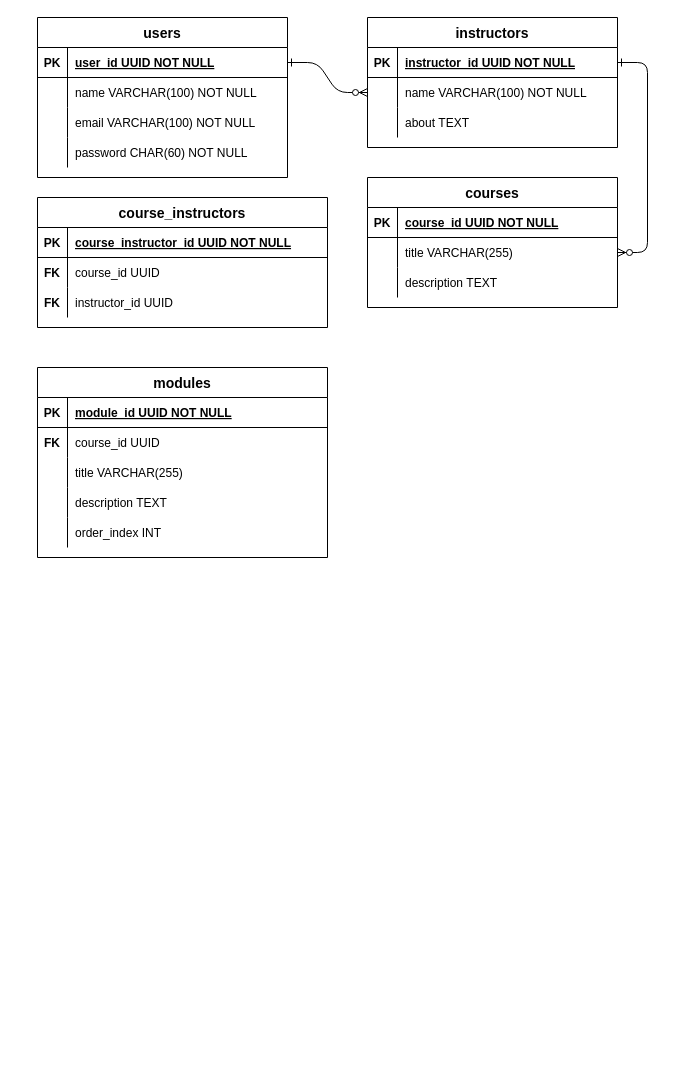
Before: schema for Udemy.drawio in geeky-sanjay/class-diagrams, a draw.io diagram. Source tidied: cells renumbered, new cells numbered last; positions are measured from the earlier drawing's top-left corner, leaving out a move shared by most shapes. Both pictures are drawn from the tidied source at 100%, with x=0, y=0 at pixel (37, 17).
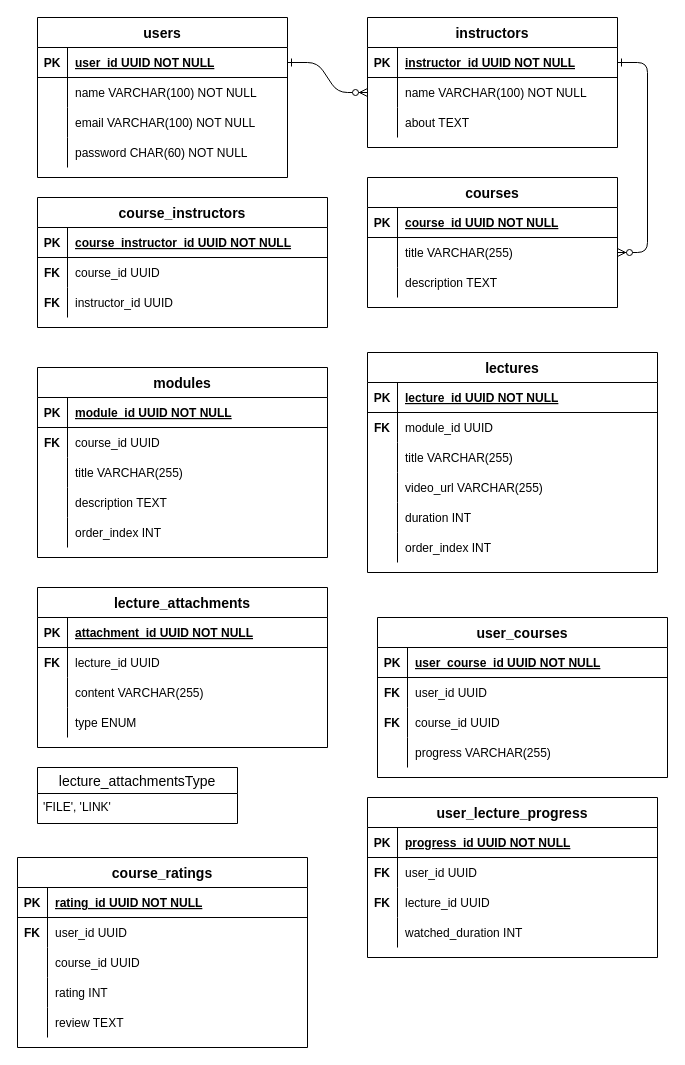
Above is the later version.

Diff of the diagram source:
```diff
@@
+    <mxCell id="63" value="lectures" style="shape=table;startSize=30;childLayout=tableLayout;rowLines=0;fontStyle=1;align=center;fontSize=14;" parent="1" vertex="1">
+      <mxGeometry x="330" y="335" width="290" height="220" as="geometry" />
+    </mxCell>
+    <mxCell id="64" style="shape=partialRectangle;fillColor=none;top=0;left=0;right=0;bottom=1;" parent="63" vertex="1">
+      <mxGeometry y="30" width="290" height="30" as="geometry" />
+    </mxCell>
+    <mxCell id="65" value="PK" style="shape=partialRectangle;overflow=hidden;fillColor=none;top=0;left=0;bottom=0;right=0;fontStyle=1;" parent="64" vertex="1">
+      <mxGeometry width="30" height="30" as="geometry" />
+    </mxCell>
+    <mxCell id="66" value="lecture_id UUID NOT NULL " style="shape=partialRectangle;overflow=hidden;fillColor=none;top=0;left=0;bottom=0;right=0;align=left;spacingLeft=6;fontStyle=5;" parent="64" vertex="1">
+      <mxGeometry x="30" width="260" height="30" as="geometry" />
+    </mxCell>
+    <mxCell id="67" style="shape=partialRectangle;fillColor=none;top=0;left=0;right=0;bottom=0;" parent="63" vertex="1">
+      <mxGeometry y="60" width="290" height="30" as="geometry" />
+    </mxCell>
+    <mxCell id="68" value="FK" style="shape=partialRectangle;overflow=hidden;fillColor=none;top=0;left=0;bottom=0;right=0;fontStyle=1;" parent="67" vertex="1">
+      <mxGeometry width="30" height="30" as="geometry" />
+    </mxCell>
+    <mxCell id="69" value="module_id UUID" style="shape=partialRectangle;overflow=hidden;fillColor=none;top=0;left=0;bottom=0;right=0;align=left;spacingLeft=6;" parent="67" vertex="1">
+      <mxGeometry x="30" width="260" height="30" as="geometry" />
+    </mxCell>
+    <mxCell id="70" style="shape=partialRectangle;fillColor=none;top=0;left=0;right=0;bottom=0;" parent="63" vertex="1">
+      <mxGeometry y="90" width="290" height="30" as="geometry" />
+    </mxCell>
+    <mxCell id="71" style="shape=partialRectangle;overflow=hidden;fillColor=none;top=0;left=0;bottom=0;right=0;fontStyle=1;" parent="70" vertex="1">
+      <mxGeometry width="30" height="30" as="geometry" />
+    </mxCell>
+    <mxCell id="72" value="title VARCHAR(255)" style="shape=partialRectangle;overflow=hidden;fillColor=none;top=0;left=0;bottom=0;right=0;align=left;spacingLeft=6;" parent="70" vertex="1">
+      <mxGeometry x="30" width="260" height="30" as="geometry" />
+    </mxCell>
+    <mxCell id="73" style="shape=partialRectangle;fillColor=none;top=0;left=0;right=0;bottom=0;" parent="63" vertex="1">
+      <mxGeometry y="120" width="290" height="30" as="geometry" />
+    </mxCell>
+    <mxCell id="74" style="shape=partialRectangle;overflow=hidden;fillColor=none;top=0;left=0;bottom=0;right=0;fontStyle=1;" parent="73" vertex="1">
+      <mxGeometry width="30" height="30" as="geometry" />
+    </mxCell>
+    <mxCell id="75" value="video_url VARCHAR(255)" style="shape=partialRectangle;overflow=hidden;fillColor=none;top=0;left=0;bottom=0;right=0;align=left;spacingLeft=6;" parent="73" vertex="1">
+      <mxGeometry x="30" width="260" height="30" as="geometry" />
+    </mxCell>
+    <mxCell id="76" style="shape=partialRectangle;fillColor=none;top=0;left=0;right=0;bottom=0;" parent="63" vertex="1">
+      <mxGeometry y="150" width="290" height="30" as="geometry" />
+    </mxCell>
+    <mxCell id="77" style="shape=partialRectangle;overflow=hidden;fillColor=none;top=0;left=0;bottom=0;right=0;fontStyle=1;" parent="76" vertex="1">
+      <mxGeometry width="30" height="30" as="geometry" />
+    </mxCell>
+    <mxCell id="78" value="duration INT" style="shape=partialRectangle;overflow=hidden;fillColor=none;top=0;left=0;bottom=0;right=0;align=left;spacingLeft=6;" parent="76" vertex="1">
+      <mxGeometry x="30" width="260" height="30" as="geometry" />
+    </mxCell>
+    <mxCell id="79" style="shape=partialRectangle;fillColor=none;top=0;left=0;right=0;bottom=0;" parent="63" vertex="1">
+      <mxGeometry y="180" width="290" height="30" as="geometry" />
+    </mxCell>
+    <mxCell id="80" style="shape=partialRectangle;overflow=hidden;fillColor=none;top=0;left=0;bottom=0;right=0;fontStyle=1;" parent="79" vertex="1">
+      <mxGeometry width="30" height="30" as="geometry" />
+    </mxCell>
+    <mxCell id="81" value="order_index INT" style="shape=partialRectangle;overflow=hidden;fillColor=none;top=0;left=0;bottom=0;right=0;align=left;spacingLeft=6;" parent="79" vertex="1">
+      <mxGeometry x="30" width="260" height="30" as="geometry" />
+    </mxCell>
+    <mxCell id="82" value="lecture_attachments" style="shape=table;startSize=30;childLayout=tableLayout;rowLines=0;fontStyle=1;align=center;fontSize=14;" parent="1" vertex="1">
+      <mxGeometry y="570" width="290" height="160" as="geometry" />
+    </mxCell>
+    <mxCell id="83" style="shape=partialRectangle;fillColor=none;top=0;left=0;right=0;bottom=1;" parent="82" vertex="1">
+      <mxGeometry y="30" width="290" height="30" as="geometry" />
+    </mxCell>
+    <mxCell id="84" value="PK" style="shape=partialRectangle;overflow=hidden;fillColor=none;top=0;left=0;bottom=0;right=0;fontStyle=1;" parent="83" vertex="1">
+      <mxGeometry width="30" height="30" as="geometry" />
+    </mxCell>
+    <mxCell id="85" value="attachment_id UUID NOT NULL " style="shape=partialRectangle;overflow=hidden;fillColor=none;top=0;left=0;bottom=0;right=0;align=left;spacingLeft=6;fontStyle=5;" parent="83" vertex="1">
+      <mxGeometry x="30" width="260" height="30" as="geometry" />
+    </mxCell>
+    <mxCell id="86" style="shape=partialRectangle;fillColor=none;top=0;left=0;right=0;bottom=0;" parent="82" vertex="1">
+      <mxGeometry y="60" width="290" height="30" as="geometry" />
+    </mxCell>
+    <mxCell id="87" value="FK" style="shape=partialRectangle;overflow=hidden;fillColor=none;top=0;left=0;bottom=0;right=0;fontStyle=1;" parent="86" vertex="1">
+      <mxGeometry width="30" height="30" as="geometry" />
+    </mxCell>
+    <mxCell id="88" value="lecture_id UUID" style="shape=partialRectangle;overflow=hidden;fillColor=none;top=0;left=0;bottom=0;right=0;align=left;spacingLeft=6;" parent="86" vertex="1">
+      <mxGeometry x="30" width="260" height="30" as="geometry" />
+    </mxCell>
+    <mxCell id="89" style="shape=partialRectangle;fillColor=none;top=0;left=0;right=0;bottom=0;" parent="82" vertex="1">
+      <mxGeometry y="90" width="290" height="30" as="geometry" />
+    </mxCell>
+    <mxCell id="90" style="shape=partialRectangle;overflow=hidden;fillColor=none;top=0;left=0;bottom=0;right=0;fontStyle=1;" parent="89" vertex="1">
+      <mxGeometry width="30" height="30" as="geometry" />
+    </mxCell>
+    <mxCell id="91" value="content VARCHAR(255)" style="shape=partialRectangle;overflow=hidden;fillColor=none;top=0;left=0;bottom=0;right=0;align=left;spacingLeft=6;" parent="89" vertex="1">
+      <mxGeometry x="30" width="260" height="30" as="geometry" />
+    </mxCell>
+    <mxCell id="92" style="shape=partialRectangle;fillColor=none;top=0;left=0;right=0;bottom=0;" parent="82" vertex="1">
+      <mxGeometry y="120" width="290" height="30" as="geometry" />
+    </mxCell>
+    <mxCell id="93" style="shape=partialRectangle;overflow=hidden;fillColor=none;top=0;left=0;bottom=0;right=0;fontStyle=1;" parent="92" vertex="1">
+      <mxGeometry width="30" height="30" as="geometry" />
+    </mxCell>
+    <mxCell id="94" value="type ENUM" style="shape=partialRectangle;overflow=hidden;fillColor=none;top=0;left=0;bottom=0;right=0;align=left;spacingLeft=6;" parent="92" vertex="1">
+      <mxGeometry x="30" width="260" height="30" as="geometry" />
+    </mxCell>
+    <mxCell id="95" value="lecture_attachmentsType" style="swimlane;fontStyle=0;horizontal=1;startSize=26;align=center;fontSize=14;" parent="1" vertex="1">
+      <mxGeometry y="750" width="200" height="56" as="geometry" />
+    </mxCell>
+    <mxCell id="96" value="'FILE', 'LINK'" style="text;strokeColor=none;fillColor=none;spacingLeft=4;spacingRight=4;overflow=hidden;fontSize=12;whiteSpace=wrap;html=1;" parent="95" vertex="1">
+      <mxGeometry y="26" width="200" height="30" as="geometry" />
+    </mxCell>
+    <mxCell id="97" value="user_courses" style="shape=table;startSize=30;childLayout=tableLayout;rowLines=0;fontStyle=1;align=center;fontSize=14;" parent="1" vertex="1">
+      <mxGeometry x="340" y="600" width="290" height="160" as="geometry" />
+    </mxCell>
+    <mxCell id="98" style="shape=partialRectangle;fillColor=none;top=0;left=0;right=0;bottom=1;" parent="97" vertex="1">
+      <mxGeometry y="30" width="290" height="30" as="geometry" />
+    </mxCell>
+    <mxCell id="99" value="PK" style="shape=partialRectangle;overflow=hidden;fillColor=none;top=0;left=0;bottom=0;right=0;fontStyle=1;" parent="98" vertex="1">
+      <mxGeometry width="30" height="30" as="geometry" />
+    </mxCell>
+    <mxCell id="100" value="user_course_id UUID NOT NULL " style="shape=partialRectangle;overflow=hidden;fillColor=none;top=0;left=0;bottom=0;right=0;align=left;spacingLeft=6;fontStyle=5;" parent="98" vertex="1">
+      <mxGeometry x="30" width="260" height="30" as="geometry" />
+    </mxCell>
+    <mxCell id="101" style="shape=partialRectangle;fillColor=none;top=0;left=0;right=0;bottom=0;" parent="97" vertex="1">
+      <mxGeometry y="60" width="290" height="30" as="geometry" />
+    </mxCell>
+    <mxCell id="102" value="FK" style="shape=partialRectangle;overflow=hidden;fillColor=none;top=0;left=0;bottom=0;right=0;fontStyle=1;" parent="101" vertex="1">
+      <mxGeometry width="30" height="30" as="geometry" />
+    </mxCell>
+    <mxCell id="103" value="user_id UUID" style="shape=partialRectangle;overflow=hidden;fillColor=none;top=0;left=0;bottom=0;right=0;align=left;spacingLeft=6;" parent="101" vertex="1">
+      <mxGeometry x="30" width="260" height="30" as="geometry" />
+    </mxCell>
+    <mxCell id="104" style="shape=partialRectangle;fillColor=none;top=0;left=0;right=0;bottom=0;" parent="97" vertex="1">
+      <mxGeometry y="90" width="290" height="30" as="geometry" />
+    </mxCell>
+    <mxCell id="105" value="FK" style="shape=partialRectangle;overflow=hidden;fillColor=none;top=0;left=0;bottom=0;right=0;fontStyle=1;" parent="104" vertex="1">
+      <mxGeometry width="30" height="30" as="geometry" />
+    </mxCell>
+    <mxCell id="106" value="course_id UUID" style="shape=partialRectangle;overflow=hidden;fillColor=none;top=0;left=0;bottom=0;right=0;align=left;spacingLeft=6;" parent="104" vertex="1">
+      <mxGeometry x="30" width="260" height="30" as="geometry" />
+    </mxCell>
+    <mxCell id="107" style="shape=partialRectangle;fillColor=none;top=0;left=0;right=0;bottom=0;" parent="97" vertex="1">
+      <mxGeometry y="120" width="290" height="30" as="geometry" />
+    </mxCell>
+    <mxCell id="108" style="shape=partialRectangle;overflow=hidden;fillColor=none;top=0;left=0;bottom=0;right=0;fontStyle=1;" parent="107" vertex="1">
+      <mxGeometry width="30" height="30" as="geometry" />
+    </mxCell>
+    <mxCell id="109" value="progress VARCHAR(255)" style="shape=partialRectangle;overflow=hidden;fillColor=none;top=0;left=0;bottom=0;right=0;align=left;spacingLeft=6;" parent="107" vertex="1">
+      <mxGeometry x="30" width="260" height="30" as="geometry" />
+    </mxCell>
+    <mxCell id="110" value="user_lecture_progress" style="shape=table;startSize=30;childLayout=tableLayout;rowLines=0;fontStyle=1;align=center;fontSize=14;" parent="1" vertex="1">
+      <mxGeometry x="330" y="780" width="290" height="160" as="geometry" />
+    </mxCell>
+    <mxCell id="111" style="shape=partialRectangle;fillColor=none;top=0;left=0;right=0;bottom=1;" parent="110" vertex="1">
+      <mxGeometry y="30" width="290" height="30" as="geometry" />
+    </mxCell>
+    <mxCell id="112" value="PK" style="shape=partialRectangle;overflow=hidden;fillColor=none;top=0;left=0;bottom=0;right=0;fontStyle=1;" parent="111" vertex="1">
+      <mxGeometry width="30" height="30" as="geometry" />
+    </mxCell>
+    <mxCell id="113" value="progress_id UUID NOT NULL " style="shape=partialRectangle;overflow=hidden;fillColor=none;top=0;left=0;bottom=0;right=0;align=left;spacingLeft=6;fontStyle=5;" parent="111" vertex="1">
+      <mxGeometry x="30" width="260" height="30" as="geometry" />
+    </mxCell>
+    <mxCell id="114" style="shape=partialRectangle;fillColor=none;top=0;left=0;right=0;bottom=0;" parent="110" vertex="1">
+      <mxGeometry y="60" width="290" height="30" as="geometry" />
+    </mxCell>
+    <mxCell id="115" value="FK" style="shape=partialRectangle;overflow=hidden;fillColor=none;top=0;left=0;bottom=0;right=0;fontStyle=1;" parent="114" vertex="1">
+      <mxGeometry width="30" height="30" as="geometry" />
+    </mxCell>
+    <mxCell id="116" value="user_id UUID" style="shape=partialRectangle;overflow=hidden;fillColor=none;top=0;left=0;bottom=0;right=0;align=left;spacingLeft=6;" parent="114" vertex="1">
+      <mxGeometry x="30" width="260" height="30" as="geometry" />
+    </mxCell>
+    <mxCell id="117" style="shape=partialRectangle;fillColor=none;top=0;left=0;right=0;bottom=0;" parent="110" vertex="1">
+      <mxGeometry y="90" width="290" height="30" as="geometry" />
+    </mxCell>
+    <mxCell id="118" value="FK" style="shape=partialRectangle;overflow=hidden;fillColor=none;top=0;left=0;bottom=0;right=0;fontStyle=1;" parent="117" vertex="1">
+      <mxGeometry width="30" height="30" as="geometry" />
+    </mxCell>
+    <mxCell id="119" value="lecture_id UUID" style="shape=partialRectangle;overflow=hidden;fillColor=none;top=0;left=0;bottom=0;right=0;align=left;spacingLeft=6;" parent="117" vertex="1">
+      <mxGeometry x="30" width="260" height="30" as="geometry" />
+    </mxCell>
+    <mxCell id="120" style="shape=partialRectangle;fillColor=none;top=0;left=0;right=0;bottom=0;" parent="110" vertex="1">
+      <mxGeometry y="120" width="290" height="30" as="geometry" />
+    </mxCell>
+    <mxCell id="121" style="shape=partialRectangle;overflow=hidden;fillColor=none;top=0;left=0;bottom=0;right=0;fontStyle=1;" parent="120" vertex="1">
+      <mxGeometry width="30" height="30" as="geometry" />
+    </mxCell>
+    <mxCell id="122" value="watched_duration INT" style="shape=partialRectangle;overflow=hidden;fillColor=none;top=0;left=0;bottom=0;right=0;align=left;spacingLeft=6;" parent="120" vertex="1">
+      <mxGeometry x="30" width="260" height="30" as="geometry" />
+    </mxCell>
+    <mxCell id="123" value="course_ratings" style="shape=table;startSize=30;childLayout=tableLayout;rowLines=0;fontStyle=1;align=center;fontSize=14;" parent="1" vertex="1">
+      <mxGeometry x="-20" y="840" width="290" height="190" as="geometry" />
+    </mxCell>
+    <mxCell id="124" style="shape=partialRectangle;fillColor=none;top=0;left=0;right=0;bottom=1;" parent="123" vertex="1">
+      <mxGeometry y="30" width="290" height="30" as="geometry" />
+    </mxCell>
+    <mxCell id="125" value="PK" style="shape=partialRectangle;overflow=hidden;fillColor=none;top=0;left=0;bottom=0;right=0;fontStyle=1;" parent="124" vertex="1">
+      <mxGeometry width="30" height="30" as="geometry" />
+    </mxCell>
+    <mxCell id="126" value="rating_id UUID NOT NULL " style="shape=partialRectangle;overflow=hidden;fillColor=none;top=0;left=0;bottom=0;right=0;align=left;spacingLeft=6;fontStyle=5;" parent="124" vertex="1">
+      <mxGeometry x="30" width="260" height="30" as="geometry" />
+    </mxCell>
+    <mxCell id="127" style="shape=partialRectangle;fillColor=none;top=0;left=0;right=0;bottom=0;" parent="123" vertex="1">
+      <mxGeometry y="60" width="290" height="30" as="geometry" />
+    </mxCell>
+    <mxCell id="128" value="FK" style="shape=partialRectangle;overflow=hidden;fillColor=none;top=0;left=0;bottom=0;right=0;fontStyle=1;" parent="127" vertex="1">
+      <mxGeometry width="30" height="30" as="geometry" />
+    </mxCell>
+    <mxCell id="129" value="user_id UUID" style="shape=partialRectangle;overflow=hidden;fillColor=none;top=0;left=0;bottom=0;right=0;align=left;spacingLeft=6;" parent="127" vertex="1">
+      <mxGeometry x="30" width="260" height="30" as="geometry" />
+    </mxCell>
+    <mxCell id="130" style="shape=partialRectangle;fillColor=none;top=0;left=0;right=0;bottom=0;" parent="123" vertex="1">
+      <mxGeometry y="90" width="290" height="30" as="geometry" />
+    </mxCell>
+    <mxCell id="131" style="shape=partialRectangle;overflow=hidden;fillColor=none;top=0;left=0;bottom=0;right=0;fontStyle=1;" parent="130" vertex="1">
+      <mxGeometry width="30" height="30" as="geometry" />
+    </mxCell>
+    <mxCell id="132" value="course_id UUID" style="shape=partialRectangle;overflow=hidden;fillColor=none;top=0;left=0;bottom=0;right=0;align=left;spacingLeft=6;" parent="130" vertex="1">
+      <mxGeometry x="30" width="260" height="30" as="geometry" />
+    </mxCell>
+    <mxCell id="133" style="shape=partialRectangle;fillColor=none;top=0;left=0;right=0;bottom=0;" parent="123" vertex="1">
+      <mxGeometry y="120" width="290" height="30" as="geometry" />
+    </mxCell>
+    <mxCell id="134" style="shape=partialRectangle;overflow=hidden;fillColor=none;top=0;left=0;bottom=0;right=0;fontStyle=1;" parent="133" vertex="1">
+      <mxGeometry width="30" height="30" as="geometry" />
+    </mxCell>
+    <mxCell id="135" value="rating INT" style="shape=partialRectangle;overflow=hidden;fillColor=none;top=0;left=0;bottom=0;right=0;align=left;spacingLeft=6;" parent="133" vertex="1">
+      <mxGeometry x="30" width="260" height="30" as="geometry" />
+    </mxCell>
+    <mxCell id="136" style="shape=partialRectangle;fillColor=none;top=0;left=0;right=0;bottom=0;" parent="123" vertex="1">
+      <mxGeometry y="150" width="290" height="30" as="geometry" />
+    </mxCell>
+    <mxCell id="137" style="shape=partialRectangle;overflow=hidden;fillColor=none;top=0;left=0;bottom=0;right=0;fontStyle=1;" parent="136" vertex="1">
+      <mxGeometry width="30" height="30" as="geometry" />
+    </mxCell>
+    <mxCell id="138" value="review TEXT" style="shape=partialRectangle;overflow=hidden;fillColor=none;top=0;left=0;bottom=0;right=0;align=left;spacingLeft=6;" parent="136" vertex="1">
+      <mxGeometry x="30" width="260" height="30" as="geometry" />
+    </mxCell>
```
